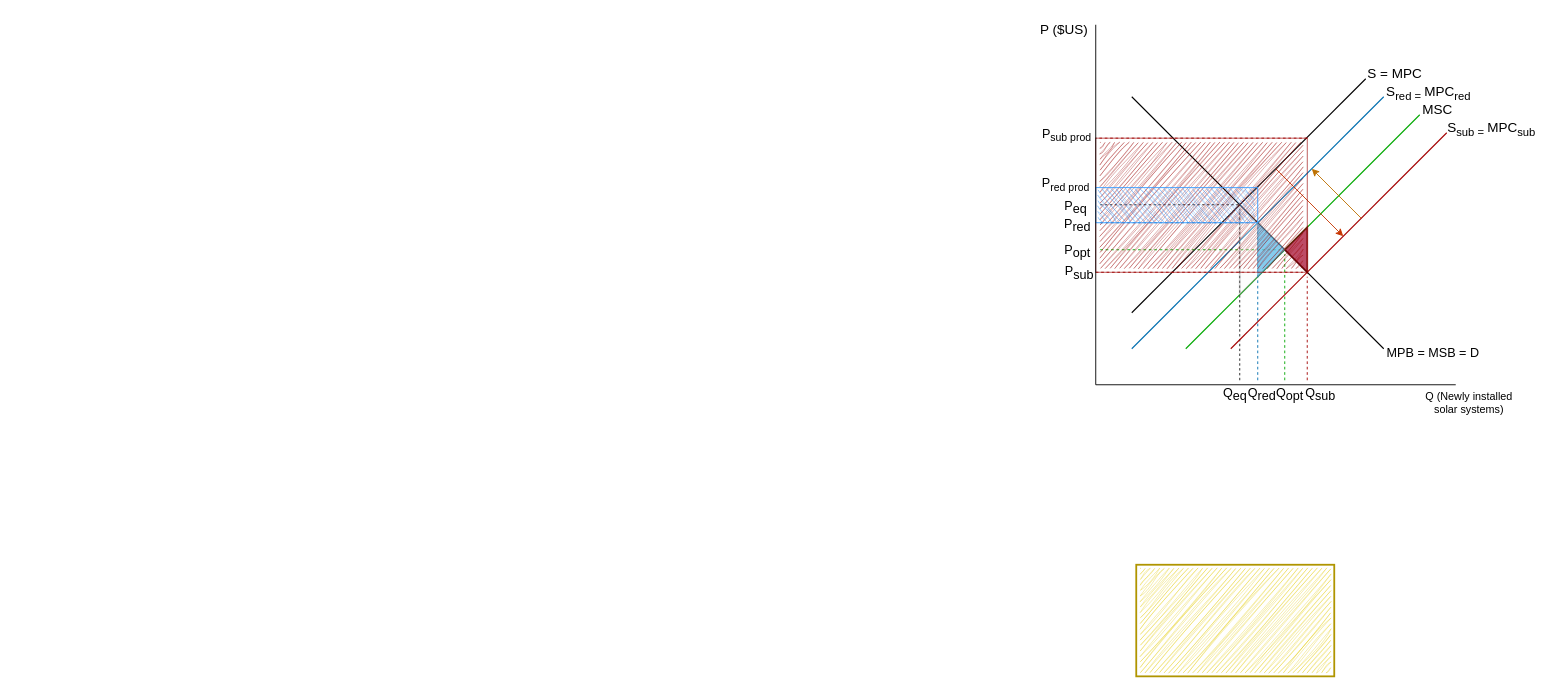
Above: Diagramma bez nosaukuma.drawio in MareksNo/Chat-Application (draw.io), before the change. Source tidied: cells renumbered, new cells numbered last; positions are measured from the earlier drawing's top-left corner, leaving out a move shared by most shapes. Both pictures are drawn from the tidied source at 90%, with x=0, y=0 at pixel (1027, 15).
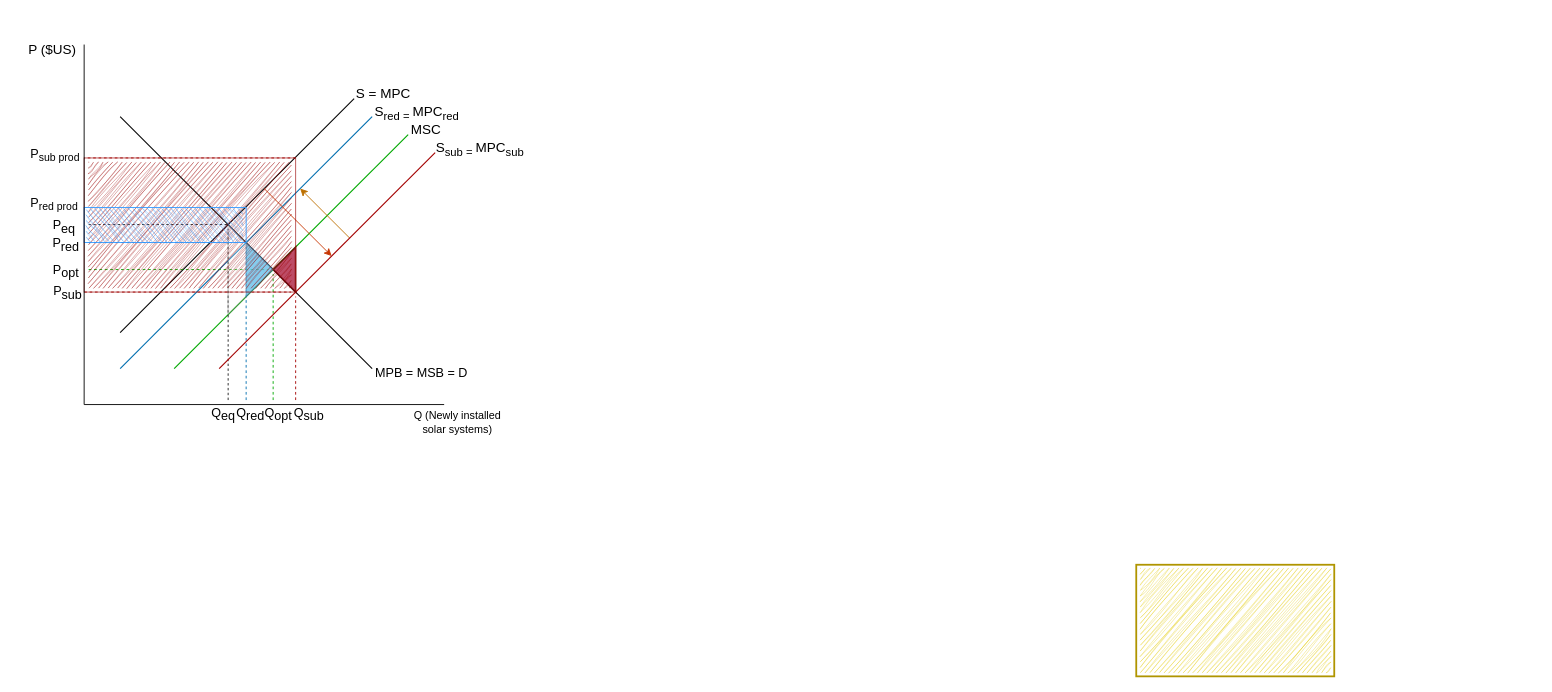
Above is the later version.

Diff of the diagram source:
```diff
@@
-<mxGraphModel>
+<mxGraphModel background="#ffffff">
@@
+    <mxCell id="36" style="group;" parent="1" vertex="1">
+      <mxGeometry x="121" y="610" width="220" height="124" as="geometry" />
+    </mxCell>
+    <mxCell id="37" style="rounded=0;whiteSpace=wrap;html=1;fillColor=none;strokeWidth=2;fontColor=#000000;strokeColor=#B09500;" parent="36" vertex="1">
+      <mxGeometry width="220" height="124" as="geometry" />
+    </mxCell>
+    <mxCell id="38" style="rounded=0;whiteSpace=wrap;html=1;sketch=1;curveFitting=1;jiggle=2;opacity=70;fillColor=#E3C800;strokeColor=none;" parent="36" vertex="1">
+      <mxGeometry x="4.6" y="4.1" width="210.8" height="115.7" as="geometry" />
+    </mxCell>
+    <mxCell id="49" style="group;" parent="1" vertex="1">
+      <mxGeometry x="-1124" y="22" width="566" height="445" as="geometry" />
+    </mxCell>
-    <mxCell id="2" style="endArrow=none;html=1;rounded=0;endSize=6;strokeWidth=1.2;" parent="1" edge="1">
+    <mxCell id="2" style="endArrow=none;html=1;rounded=0;endSize=6;strokeWidth=1.2;strokeColor=#000000;" parent="49" edge="1">
       <mxGeometry relative="1" as="geometry">
         <mxPoint x="116" y="330" as="sourcePoint" />
         <mxPoint x="376" y="70" as="targetPoint" />
       </mxGeometry>
     </mxCell>
-    <mxCell id="3" style="endArrow=none;html=1;rounded=0;endSize=6;strokeWidth=1.2;" parent="1" edge="1">
+    <mxCell id="3" style="endArrow=none;html=1;rounded=0;endSize=6;strokeWidth=1.2;strokeColor=#000000;" parent="49" edge="1">
       <mxGeometry relative="1" as="geometry">
         <mxPoint x="116" y="90" as="sourcePoint" />
         <mxPoint x="396" y="370" as="targetPoint" />
       </mxGeometry>
     </mxCell>
-    <mxCell id="4" style="endArrow=none;dashed=1;html=1;rounded=0;fillColor=#a20025;strokeColor=#A30000;" parent="1" edge="1">
+    <mxCell id="4" style="endArrow=none;dashed=1;html=1;rounded=0;fillColor=#a20025;strokeColor=#A30000;" parent="49" edge="1">
       <mxGeometry relative="1" as="geometry">
         <mxPoint x="76" y="285" as="sourcePoint" />
         <mxPoint x="306" y="285" as="targetPoint" />
       </mxGeometry>
     </mxCell>
-    <mxCell id="5" value="&lt;span style=&quot;font-size: 14px;&quot;&gt;Q&lt;sub style=&quot;font-size: 14px;&quot;&gt;eq&lt;/sub&gt;&lt;/span&gt;" style="text;html=1;strokeColor=none;fillColor=none;align=center;verticalAlign=middle;whiteSpace=wrap;rounded=0;fontSize=14;" parent="1" vertex="1">
+    <mxCell id="5" value="&lt;span style=&quot;font-size: 14px;&quot;&gt;Q&lt;sub style=&quot;font-size: 14px;&quot;&gt;eq&lt;/sub&gt;&lt;/span&gt;" style="text;html=1;strokeColor=none;fillColor=none;align=center;verticalAlign=middle;whiteSpace=wrap;rounded=0;fontSize=14;fontColor=#000000;" parent="49" vertex="1">
       <mxGeometry x="201" y="406" width="60" height="30" as="geometry" />
     </mxCell>
-    <mxCell id="6" style="endArrow=none;html=1;rounded=0;fillColor=#1ba1e2;strokeColor=#006EAF;endSize=6;strokeWidth=1.25;" parent="1" edge="1">
+    <mxCell id="6" style="endArrow=none;html=1;rounded=0;fillColor=#1ba1e2;strokeColor=#006EAF;endSize=6;strokeWidth=1.25;" parent="49" edge="1">
       <mxGeometry relative="1" as="geometry">
         <mxPoint x="116" y="370" as="sourcePoint" />
         <mxPoint x="396" y="90" as="targetPoint" />
       </mxGeometry>
     </mxCell>
-    <mxCell id="7" style="endArrow=none;html=1;rounded=0;fillColor=#60a917;strokeColor=#00a800;endSize=6;strokeWidth=1.25;" parent="1" edge="1">
+    <mxCell id="7" style="endArrow=none;html=1;rounded=0;fillColor=#60a917;strokeColor=#00a800;endSize=6;strokeWidth=1.25;" parent="49" edge="1">
       <mxGeometry relative="1" as="geometry">
         <mxPoint x="176" y="370" as="sourcePoint" />
         <mxPoint x="436" y="110" as="targetPoint" />
       </mxGeometry>
     </mxCell>
-    <mxCell id="8" style="endArrow=classic;html=1;rounded=0;fillColor=#fa6800;strokeColor=#C73500;" parent="1" edge="1">
+    <mxCell id="8" style="endArrow=classic;html=1;rounded=0;fillColor=#fa6800;strokeColor=#C73500;" parent="49" edge="1">
       <mxGeometry relative="1" as="geometry">
         <mxPoint x="276" y="170" as="sourcePoint" />
         <mxPoint x="351" y="245" as="targetPoint" />
       </mxGeometry>
     </mxCell>
-    <mxCell id="9" style="endArrow=classic;html=1;rounded=0;fillColor=#f0a30a;strokeColor=#BD7000;" parent="1" edge="1">
+    <mxCell id="9" style="endArrow=classic;html=1;rounded=0;fillColor=#f0a30a;strokeColor=#BD7000;" parent="49" edge="1">
       <mxGeometry relative="1" as="geometry">
         <mxPoint x="371" y="225" as="sourcePoint" />
         <mxPoint x="316" y="170" as="targetPoint" />
       </mxGeometry>
     </mxCell>
-    <mxCell id="10" style="endArrow=none;dashed=1;html=1;rounded=0;strokeWidth=0.9;" parent="1" edge="1">
+    <mxCell id="10" style="endArrow=none;dashed=1;html=1;rounded=0;strokeWidth=0.9;strokeColor=#000000;" parent="49" edge="1">
       <mxGeometry relative="1" as="geometry">
         <mxPoint x="236" y="405" as="sourcePoint" />
         <mxPoint x="236" y="215" as="targetPoint" />
       </mxGeometry>
     </mxCell>
-    <mxCell id="11" style="endArrow=none;html=1;rounded=0;" parent="1" edge="1">
+    <mxCell id="11" style="endArrow=none;html=1;rounded=0;strokeColor=#000000;" parent="49" edge="1">
       <mxGeometry relative="1" as="geometry">
         <mxPoint x="476" y="410" as="sourcePoint" />
         <mxPoint x="76" y="410" as="targetPoint" />
       </mxGeometry>
     </mxCell>
-    <mxCell id="12" value="&lt;font style=&quot;font-size: 15px;&quot;&gt;S = MPC&lt;/font&gt;" style="text;html=1;strokeColor=none;fillColor=none;align=center;verticalAlign=middle;whiteSpace=wrap;rounded=0;fontSize=15;" parent="1" vertex="1">
+    <mxCell id="12" value="&lt;font style=&quot;font-size: 15px;&quot;&gt;S = MPC&lt;/font&gt;" style="text;html=1;strokeColor=none;fillColor=none;align=center;verticalAlign=middle;whiteSpace=wrap;rounded=0;fontSize=15;fontColor=#000000;" parent="49" vertex="1">
       <mxGeometry x="366" y="49" width="85" height="30" as="geometry" />
     </mxCell>
-    <mxCell id="13" value="S&lt;sub&gt;red =&amp;nbsp;&lt;/sub&gt;MPC&lt;sub&gt;red&lt;/sub&gt;" style="text;html=1;strokeColor=none;fillColor=none;align=center;verticalAlign=middle;whiteSpace=wrap;rounded=0;fontSize=15;" parent="1" vertex="1">
+    <mxCell id="13" value="S&lt;sub&gt;red =&amp;nbsp;&lt;/sub&gt;MPC&lt;sub&gt;red&lt;/sub&gt;" style="text;html=1;strokeColor=none;fillColor=none;align=center;verticalAlign=middle;whiteSpace=wrap;rounded=0;fontSize=15;fontColor=#000000;" parent="49" vertex="1">
       <mxGeometry x="396" y="71" width="100" height="30" as="geometry" />
     </mxCell>
-    <mxCell id="14" value="&lt;font style=&quot;font-size: 15px;&quot;&gt;MSC&lt;/font&gt;" style="text;html=1;strokeColor=none;fillColor=none;align=center;verticalAlign=middle;whiteSpace=wrap;rounded=0;fontSize=15;" parent="1" vertex="1">
+    <mxCell id="14" value="&lt;font style=&quot;font-size: 15px;&quot;&gt;MSC&lt;/font&gt;" style="text;html=1;strokeColor=none;fillColor=none;align=center;verticalAlign=middle;whiteSpace=wrap;rounded=0;fontSize=15;fontColor=#000000;" parent="49" vertex="1">
       <mxGeometry x="426" y="89" width="60" height="30" as="geometry" />
     </mxCell>
-    <mxCell id="15" value="&lt;font style=&quot;font-size: 15px;&quot;&gt;&lt;span style=&quot;font-size: 15px;&quot;&gt;S&lt;sub&gt;sub =&amp;nbsp;&lt;/sub&gt;MPC&lt;sub&gt;sub&lt;/sub&gt;&lt;br style=&quot;font-size: 15px;&quot;&gt;&lt;/span&gt;&lt;/font&gt;" style="text;html=1;strokeColor=none;fillColor=none;align=center;verticalAlign=middle;whiteSpace=wrap;rounded=0;fontSize=15;" parent="1" vertex="1">
+    <mxCell id="15" value="&lt;font style=&quot;font-size: 15px;&quot;&gt;&lt;span style=&quot;font-size: 15px;&quot;&gt;S&lt;sub&gt;sub =&amp;nbsp;&lt;/sub&gt;MPC&lt;sub&gt;sub&lt;/sub&gt;&lt;br style=&quot;font-size: 15px;&quot;&gt;&lt;/span&gt;&lt;/font&gt;" style="text;html=1;strokeColor=none;fillColor=none;align=center;verticalAlign=middle;whiteSpace=wrap;rounded=0;fontSize=15;fontColor=#000000;" parent="49" vertex="1">
       <mxGeometry x="466" y="111" width="100" height="30" as="geometry" />
     </mxCell>
-    <mxCell id="16" value="&lt;font style=&quot;font-size: 14px;&quot;&gt;MPB = MSB = D&lt;/font&gt;" style="text;html=1;strokeColor=none;fillColor=none;align=center;verticalAlign=middle;whiteSpace=wrap;rounded=0;fontSize=14;" parent="1" vertex="1">
+    <mxCell id="16" value="&lt;font style=&quot;font-size: 14px;&quot;&gt;MPB = MSB = D&lt;/font&gt;" style="text;html=1;strokeColor=none;fillColor=none;align=center;verticalAlign=middle;whiteSpace=wrap;rounded=0;fontSize=14;fontColor=#000000;" parent="49" vertex="1">
       <mxGeometry x="386" y="360" width="130" height="30" as="geometry" />
     </mxCell>
-    <mxCell id="17" style="endArrow=none;dashed=1;html=1;rounded=0;fillColor=#008a00;strokeColor=#00A800;" parent="1" edge="1">
+    <mxCell id="17" style="endArrow=none;dashed=1;html=1;rounded=0;fillColor=#008a00;strokeColor=#00A800;" parent="49" edge="1">
       <mxGeometry relative="1" as="geometry">
         <mxPoint x="81" y="260" as="sourcePoint" />
         <mxPoint x="281" y="260" as="targetPoint" />
       </mxGeometry>
     </mxCell>
-    <mxCell id="18" style="endArrow=none;dashed=1;html=1;rounded=0;strokeWidth=0.9;exitX=-0.025;exitY=0;exitDx=0;exitDy=0;exitPerimeter=0;" parent="1" edge="1" source="28">
+    <mxCell id="18" style="endArrow=none;dashed=1;html=1;rounded=0;strokeWidth=0.9;exitX=-0.025;exitY=0;exitDx=0;exitDy=0;exitPerimeter=0;fontColor=none;noLabel=1;strokeColor=#000000;" parent="49" edge="1" source="28">
       <mxGeometry relative="1" as="geometry">
         <mxPoint x="81" y="210" as="targetPoint" />
       </mxGeometry>
     </mxCell>
-    <mxCell id="19" style="endArrow=none;dashed=1;html=1;rounded=0;fillColor=#a20025;strokeColor=#a30000;exitX=0.75;exitY=0;exitDx=0;exitDy=0;" parent="1" edge="1">
+    <mxCell id="19" style="endArrow=none;dashed=1;html=1;rounded=0;fillColor=#a20025;strokeColor=#a30000;exitX=0.75;exitY=0;exitDx=0;exitDy=0;" parent="49" edge="1">
       <mxGeometry relative="1" as="geometry">
         <mxPoint x="311" y="405" as="sourcePoint" />
         <mxPoint x="311" y="290" as="targetPoint" />
       </mxGeometry>
     </mxCell>
-    <mxCell id="20" style="endArrow=none;dashed=1;html=1;rounded=0;fillColor=#008a00;strokeColor=#00A800;" parent="1" edge="1">
+    <mxCell id="20" style="endArrow=none;dashed=1;html=1;rounded=0;fillColor=#008a00;strokeColor=#00A800;" parent="49" edge="1">
       <mxGeometry relative="1" as="geometry">
         <mxPoint x="286" y="405" as="sourcePoint" />
         <mxPoint x="286" y="265" as="targetPoint" />
       </mxGeometry>
     </mxCell>
-    <mxCell id="21" style="endArrow=none;dashed=1;html=1;rounded=0;fillColor=#1ba1e2;strokeColor=#006EAF;" parent="1" edge="1">
+    <mxCell id="21" style="endArrow=none;dashed=1;html=1;rounded=0;fillColor=#1ba1e2;strokeColor=#006EAF;" parent="49" edge="1">
       <mxGeometry relative="1" as="geometry">
         <mxPoint x="256" y="405" as="sourcePoint" />
         <mxPoint x="256" y="235" as="targetPoint" />
       </mxGeometry>
     </mxCell>
-    <mxCell id="22" style="endArrow=none;dashed=1;html=1;rounded=0;fillColor=#1ba1e2;strokeColor=#006EAF;" parent="1" edge="1">
+    <mxCell id="22" style="endArrow=none;dashed=1;html=1;rounded=0;fillColor=#1ba1e2;strokeColor=#006EAF;" parent="49" edge="1">
       <mxGeometry relative="1" as="geometry">
         <mxPoint x="81" y="230" as="sourcePoint" />
         <mxPoint x="251" y="230" as="targetPoint" />
       </mxGeometry>
     </mxCell>
-    <mxCell id="23" style="endArrow=none;html=1;rounded=0;fillColor=#a20025;strokeColor=#A30000;endSize=6;strokeWidth=1.25;" parent="1" edge="1">
+    <mxCell id="23" style="endArrow=none;html=1;rounded=0;fillColor=#a20025;strokeColor=#A30000;endSize=6;strokeWidth=1.25;" parent="49" edge="1">
       <mxGeometry relative="1" as="geometry">
         <mxPoint x="226" y="370" as="sourcePoint" />
         <mxPoint x="466" y="130" as="targetPoint" />
       </mxGeometry>
     </mxCell>
-    <mxCell id="24" value="&lt;span style=&quot;font-size: 14px;&quot;&gt;Q&lt;sub style=&quot;font-size: 14px;&quot;&gt;sub&lt;/sub&gt;&lt;/span&gt;" style="text;html=1;strokeColor=none;fillColor=none;align=center;verticalAlign=middle;whiteSpace=wrap;rounded=0;fontSize=14;" parent="1" vertex="1">
+    <mxCell id="24" value="&lt;span style=&quot;font-size: 14px;&quot;&gt;Q&lt;sub style=&quot;font-size: 14px;&quot;&gt;sub&lt;/sub&gt;&lt;/span&gt;" style="text;html=1;strokeColor=none;fillColor=none;align=center;verticalAlign=middle;whiteSpace=wrap;rounded=0;fontSize=14;fontColor=#000000;" parent="49" vertex="1">
       <mxGeometry x="296" y="406" width="60" height="30" as="geometry" />
     </mxCell>
-    <mxCell id="25" value="&lt;span style=&quot;font-size: 14px;&quot;&gt;Q&lt;sub style=&quot;font-size: 14px;&quot;&gt;red&lt;br&gt;&lt;/sub&gt;&lt;/span&gt;" style="text;html=1;strokeColor=none;fillColor=none;align=center;verticalAlign=middle;whiteSpace=wrap;rounded=0;fontSize=14;" parent="1" vertex="1">
+    <mxCell id="25" value="&lt;span style=&quot;font-size: 14px;&quot;&gt;Q&lt;sub style=&quot;font-size: 14px;&quot;&gt;red&lt;br&gt;&lt;/sub&gt;&lt;/span&gt;" style="text;html=1;strokeColor=none;fillColor=none;align=center;verticalAlign=middle;whiteSpace=wrap;rounded=0;fontSize=14;fontColor=#000000;" parent="49" vertex="1">
       <mxGeometry x="231" y="406" width="60" height="30" as="geometry" />
     </mxCell>
-    <mxCell id="26" style="triangle;whiteSpace=wrap;html=1;opacity=70;fillColor=#1ba1e2;fontColor=#ffffff;strokeColor=#006EAF;" parent="1" vertex="1">
+    <mxCell id="26" style="triangle;whiteSpace=wrap;html=1;opacity=70;fillColor=#1ba1e2;fontColor=#ffffff;strokeColor=#006EAF;" parent="49" vertex="1">
       <mxGeometry x="256" y="230" width="30" height="60" as="geometry" />
     </mxCell>
-    <mxCell id="27" style="triangle;whiteSpace=wrap;html=1;rotation=-180;opacity=70;fillColor=#a20025;fontColor=#ffffff;strokeColor=#6F0000;shadow=0;rounded=0;strokeWidth=2;" parent="1" vertex="1">
+    <mxCell id="27" style="triangle;whiteSpace=wrap;html=1;rotation=-180;opacity=70;fillColor=#a20025;fontColor=#ffffff;strokeColor=#6F0000;shadow=0;rounded=0;strokeWidth=2;" parent="49" vertex="1">
       <mxGeometry x="286" y="235" width="25" height="50" as="geometry" />
     </mxCell>
-    <mxCell id="28" style="triangle;whiteSpace=wrap;html=1;opacity=25;fillColor=#f5f5f5;fontColor=#333333;strokeColor=#666666;strokeWidth=2;" parent="1" vertex="1">
+    <mxCell id="28" style="triangle;whiteSpace=wrap;html=1;opacity=25;fillColor=#f5f5f5;fontColor=#333333;strokeColor=#666666;strokeWidth=2;" parent="49" vertex="1">
       <mxGeometry x="236" y="210" width="50" height="100" as="geometry" />
     </mxCell>
-    <mxCell id="29" value="&lt;font style=&quot;font-size: 12px;&quot;&gt;Q (Newly installed solar systems)&lt;/font&gt;" style="text;html=1;strokeColor=none;fillColor=none;align=center;verticalAlign=middle;whiteSpace=wrap;rounded=0;fontSize=12;" parent="1" vertex="1">
+    <mxCell id="29" value="&lt;font style=&quot;font-size: 12px;&quot;&gt;Q (Newly installed solar systems)&lt;/font&gt;" style="text;html=1;strokeColor=none;fillColor=none;align=center;verticalAlign=middle;whiteSpace=wrap;rounded=0;fontSize=12;fontColor=#000000;" parent="49" vertex="1">
       <mxGeometry x="439" y="415" width="104" height="30" as="geometry" />
     </mxCell>
-    <mxCell id="30" value="P ($US)" style="text;html=1;strokeColor=none;fillColor=none;align=center;verticalAlign=middle;whiteSpace=wrap;rounded=0;fontSize=15;" parent="1" vertex="1">
+    <mxCell id="30" value="P ($US)" style="text;html=1;strokeColor=none;fillColor=none;align=center;verticalAlign=middle;whiteSpace=wrap;rounded=0;fontSize=15;fontColor=#000000;" parent="49" vertex="1">
       <mxGeometry x="11" width="60" height="30" as="geometry" />
     </mxCell>
-    <mxCell id="31" value="&lt;span style=&quot;font-size: 14px;&quot;&gt;Q&lt;sub style=&quot;font-size: 14px;&quot;&gt;opt&lt;/sub&gt;&lt;/span&gt;" style="text;html=1;strokeColor=none;fillColor=none;align=center;verticalAlign=middle;whiteSpace=wrap;rounded=0;fontSize=14;" parent="1" vertex="1">
+    <mxCell id="31" value="&lt;span style=&quot;font-size: 14px;&quot;&gt;Q&lt;sub style=&quot;font-size: 14px;&quot;&gt;opt&lt;/sub&gt;&lt;/span&gt;" style="text;html=1;strokeColor=none;fillColor=none;align=center;verticalAlign=middle;whiteSpace=wrap;rounded=0;fontSize=14;fontColor=#000000;" parent="49" vertex="1">
       <mxGeometry x="262" y="406" width="60" height="30" as="geometry" />
     </mxCell>
-    <mxCell id="32" value="&lt;span style=&quot;font-size: 14px;&quot;&gt;P&lt;sub style=&quot;font-size: 14px;&quot;&gt;eq&lt;/sub&gt;&lt;/span&gt;" style="text;html=1;strokeColor=none;fillColor=none;align=center;verticalAlign=middle;whiteSpace=wrap;rounded=0;fontSize=14;" parent="1" vertex="1">
+    <mxCell id="32" value="&lt;span style=&quot;font-size: 14px;&quot;&gt;P&lt;sub style=&quot;font-size: 14px;&quot;&gt;eq&lt;/sub&gt;&lt;/span&gt;" style="text;html=1;strokeColor=none;fillColor=none;align=center;verticalAlign=middle;whiteSpace=wrap;rounded=0;fontSize=14;fontColor=#000000;" parent="49" vertex="1">
       <mxGeometry x="24" y="198" width="60" height="30" as="geometry" />
     </mxCell>
-    <mxCell id="33" value="&lt;span style=&quot;font-size: 14px;&quot;&gt;P&lt;sub style=&quot;font-size: 14px;&quot;&gt;red&lt;/sub&gt;&lt;/span&gt;" style="text;html=1;strokeColor=none;fillColor=none;align=center;verticalAlign=middle;whiteSpace=wrap;rounded=0;fontSize=14;" parent="1" vertex="1">
+    <mxCell id="33" value="&lt;span style=&quot;font-size: 14px;&quot;&gt;P&lt;sub style=&quot;font-size: 14px;&quot;&gt;red&lt;/sub&gt;&lt;/span&gt;" style="text;html=1;strokeColor=none;fillColor=none;align=center;verticalAlign=middle;whiteSpace=wrap;rounded=0;fontSize=14;fontColor=#000000;" parent="49" vertex="1">
       <mxGeometry x="26" y="218" width="60" height="30" as="geometry" />
     </mxCell>
-    <mxCell id="34" value="P&lt;sub style=&quot;font-size: 14px;&quot;&gt;opt&lt;/sub&gt;" style="text;html=1;strokeColor=none;fillColor=none;align=center;verticalAlign=middle;whiteSpace=wrap;rounded=0;fontSize=14;" parent="1" vertex="1">
+    <mxCell id="34" value="P&lt;sub style=&quot;font-size: 14px;&quot;&gt;opt&lt;/sub&gt;" style="text;html=1;strokeColor=none;fillColor=none;align=center;verticalAlign=middle;whiteSpace=wrap;rounded=0;fontSize=14;fontColor=#000000;" parent="49" vertex="1">
       <mxGeometry x="26" y="247" width="60" height="30" as="geometry" />
     </mxCell>
-    <mxCell id="35" value="&lt;span style=&quot;font-size: 14px;&quot;&gt;P&lt;sub style=&quot;font-size: 14px;&quot;&gt;sub&lt;/sub&gt;&lt;/span&gt;" style="text;html=1;strokeColor=none;fillColor=none;align=center;verticalAlign=middle;whiteSpace=wrap;rounded=0;fontSize=14;" parent="1" vertex="1">
+    <mxCell id="35" value="&lt;span style=&quot;font-size: 14px;&quot;&gt;P&lt;sub style=&quot;font-size: 14px;&quot;&gt;sub&lt;/sub&gt;&lt;/span&gt;" style="text;html=1;strokeColor=none;fillColor=none;align=center;verticalAlign=middle;whiteSpace=wrap;rounded=0;fontSize=14;fontColor=#000000;" parent="49" vertex="1">
       <mxGeometry x="28" y="271" width="60" height="30" as="geometry" />
     </mxCell>
-    <mxCell id="36" style="group;" parent="1" vertex="1">
-      <mxGeometry x="121" y="610" width="220" height="124" as="geometry" />
-    </mxCell>
-    <mxCell id="37" style="rounded=0;whiteSpace=wrap;html=1;fillColor=none;strokeWidth=2;fontColor=#000000;strokeColor=#B09500;" parent="36" vertex="1">
-      <mxGeometry width="220" height="124" as="geometry" />
-    </mxCell>
-    <mxCell id="38" style="rounded=0;whiteSpace=wrap;html=1;sketch=1;curveFitting=1;jiggle=2;opacity=70;fillColor=#E3C800;strokeColor=none;" parent="36" vertex="1">
-      <mxGeometry x="4.6" y="4.1" width="210.8" height="115.7" as="geometry" />
-    </mxCell>
-    <mxCell id="39" style="group;opacity=70;" parent="1" vertex="1">
+    <mxCell id="39" style="group;opacity=70;" parent="49" vertex="1">
       <mxGeometry x="76" y="191" width="235" height="94" as="geometry" />
     </mxCell>
@@
-    <mxCell id="46" style="endArrow=none;html=1;rounded=0;" parent="1" edge="1">
+    <mxCell id="46" style="endArrow=none;html=1;rounded=0;strokeColor=#000000;" parent="49" edge="1">
       <mxGeometry relative="1" as="geometry">
         <mxPoint x="76" y="410" as="sourcePoint" />
         <mxPoint x="76" y="10" as="targetPoint" />
       </mxGeometry>
     </mxCell>
-    <mxCell id="47" value="P&lt;sub&gt;sub prod&lt;/sub&gt;" style="text;html=1;strokeColor=none;fillColor=none;align=center;verticalAlign=middle;whiteSpace=wrap;rounded=0;fontSize=14;" parent="1" vertex="1">
+    <mxCell id="47" value="P&lt;sub&gt;sub prod&lt;/sub&gt;" style="text;html=1;strokeColor=none;fillColor=none;align=center;verticalAlign=middle;whiteSpace=wrap;rounded=0;fontSize=14;fontColor=#000000;" parent="49" vertex="1">
       <mxGeometry x="1" y="117" width="86" height="30" as="geometry" />
     </mxCell>
-    <mxCell id="48" value="P&lt;sub&gt;red prod&lt;/sub&gt;" style="text;html=1;strokeColor=none;fillColor=none;align=center;verticalAlign=middle;whiteSpace=wrap;rounded=0;fontSize=14;" parent="1" vertex="1">
+    <mxCell id="48" value="P&lt;sub&gt;red prod&lt;/sub&gt;" style="text;html=1;strokeColor=none;fillColor=none;align=center;verticalAlign=middle;whiteSpace=wrap;rounded=0;fontSize=14;fontColor=#000000;" parent="49" vertex="1">
       <mxGeometry y="172" width="86" height="30" as="geometry" />
     </mxCell>
```
